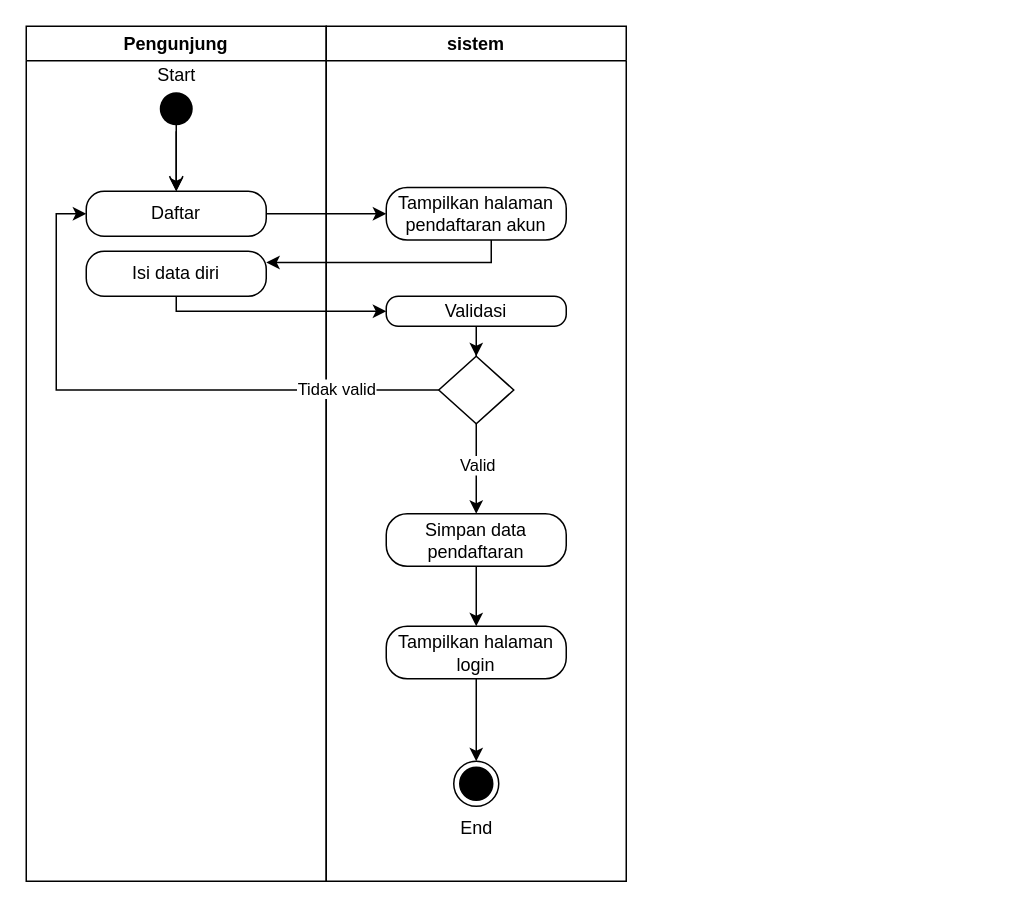
The draw.io diagram page "ad_daftar_akun" (3 of 4) of gambar gambar/user use case diagram.drawio in dzreexx/Full-files-skripsi, before the edit. Source tidied: cells renumbered, new cells numbered last; positions are measured from the earlier drawing's top-left corner, leaving out a move shared by most shapes. Both pictures are drawn from the tidied source at 150%, with x=0, y=0 at pixel (26, 26).
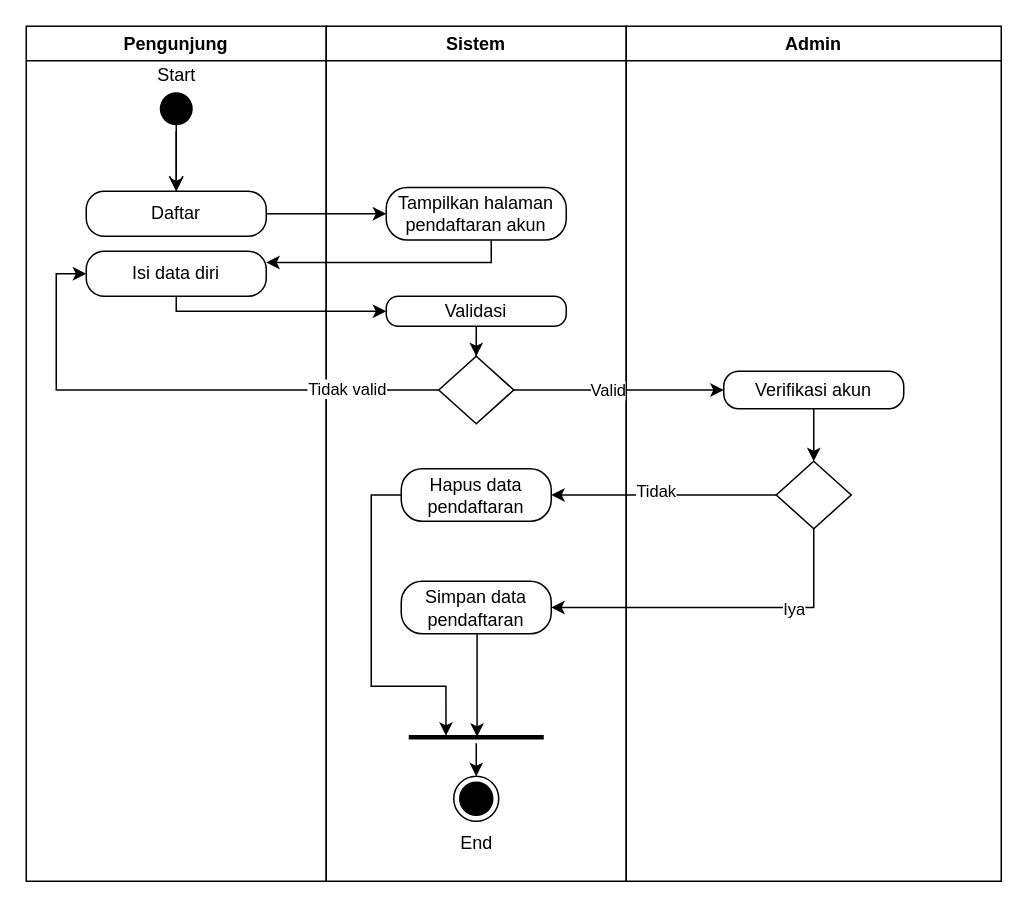
The same page after the edit.

Unchanged cells that the change refers to:
```xml
<mxCell id="4" value="Isi data diri" style="rounded=1;whiteSpace=wrap;html=1;arcSize=40;" parent="2" vertex="1">
  <mxGeometry x="40" y="150" width="120" height="30" as="geometry" />
</mxCell>
<mxCell id="6" style="rhombus;whiteSpace=wrap;html=1;" parent="5" vertex="1">
  <mxGeometry x="75" y="220" width="50" height="45" as="geometry" />
</mxCell>
<mxCell id="12" value="Daftar" style="rounded=1;whiteSpace=wrap;html=1;arcSize=40;" parent="5" vertex="1">
  <mxGeometry x="-160" y="110" width="120" height="30" as="geometry" />
</mxCell>
```

The edit, as a diff of the source:
```diff
@@
-    <mxCell id="5" value="sistem" style="swimlane;" parent="1" vertex="1">
+    <mxCell id="5" value="Sistem" style="swimlane;" parent="1" vertex="1">
       <mxGeometry x="200" width="200" height="570" as="geometry" />
     </mxCell>
@@
-    <mxCell id="8" style="edgeStyle=orthogonalEdgeStyle;rounded=0;jettySize=auto;html=1;" parent="5" edge="1" source="9" target="10">
-      <mxGeometry relative="1" as="geometry" />
-    </mxCell>
-    <mxCell id="9" value="Simpan data pendaftaran" style="rounded=1;whiteSpace=wrap;html=1;arcSize=40;" parent="5" vertex="1">
-      <mxGeometry x="40" y="325" width="120" height="35" as="geometry" />
-    </mxCell>
-    <mxCell id="10" value="Tampilkan halaman login" style="rounded=1;whiteSpace=wrap;html=1;arcSize=40;" parent="5" vertex="1">
-      <mxGeometry x="40" y="400" width="120" height="35" as="geometry" />
-    </mxCell>
@@
-    <mxCell id="14" style="edgeStyle=orthogonalEdgeStyle;rounded=0;jettySize=auto;html=1;entryX=0;entryY=0.5;entryDx=0;entryDy=0;" parent="5" edge="1" source="6" target="12">
-      <mxGeometry relative="1" as="geometry" />
-    </mxCell>
-    <mxCell id="15" value="Tidak valid" style="edgeLabel;html=1;align=center;verticalAlign=middle;" parent="14" vertex="1">
-      <mxGeometry x="-0.65" y="-1" relative="1" as="geometry" />
-    </mxCell>
@@
-    <mxCell id="17" style="edgeStyle=orthogonalEdgeStyle;rounded=0;jettySize=auto;html=1;entryX=0.5;entryY=0;entryDx=0;entryDy=0;" parent="5" edge="1" source="6" target="9">
-      <mxGeometry relative="1" as="geometry" />
-    </mxCell>
-    <mxCell id="18" value="Valid" style="edgeLabel;html=1;align=center;verticalAlign=middle;" parent="17" vertex="1">
-      <mxGeometry x="-0.11" relative="1" as="geometry" />
-    </mxCell>
+    <mxCell id="27" value="Hapus data pendaftaran" style="rounded=1;whiteSpace=wrap;html=1;arcSize=40;" parent="5" vertex="1">
+      <mxGeometry x="50" y="295" width="100" height="35" as="geometry" />
+    </mxCell>
+    <mxCell id="28" style="line;strokeWidth=3;fillColor=none;align=left;verticalAlign=middle;spacingTop=-1;spacingLeft=3;spacingRight=3;labelPosition=right;points=[];portConstraint=eastwest;strokeColor=inherit;" parent="5" vertex="1">
+      <mxGeometry x="55" y="470" width="90" height="8" as="geometry" />
+    </mxCell>
+    <mxCell id="20" style="edgeStyle=orthogonalEdgeStyle;rounded=0;jettySize=auto;html=1;" parent="5" edge="1" source="28" target="19">
+      <mxGeometry relative="1" as="geometry">
+        <Array as="points">
+          <mxPoint x="100" y="530" />
+          <mxPoint x="100" y="530" />
+        </Array>
+      </mxGeometry>
+    </mxCell>
     <mxCell id="19" style="ellipse;html=1;shape=endState;fillColor=#000000;" parent="5" vertex="1">
-      <mxGeometry x="85" y="490" width="30" height="30" as="geometry" />
+      <mxGeometry x="85" y="500" width="30" height="30" as="geometry" />
     </mxCell>
-    <mxCell id="20" style="edgeStyle=orthogonalEdgeStyle;rounded=0;jettySize=auto;html=1;" parent="5" edge="1" source="10" target="19">
-      <mxGeometry relative="1" as="geometry">
-        <Array as="points">
-          <mxPoint x="100" y="520" />
-          <mxPoint x="100" y="520" />
-        </Array>
-      </mxGeometry>
-    </mxCell>
     <mxCell id="21" value="End" style="text;html=1;align=center;verticalAlign=middle;strokeColor=none;fillColor=none;" parent="5" vertex="1">
-      <mxGeometry x="80" y="520" width="40" height="30" as="geometry" />
+      <mxGeometry x="80" y="530" width="40" height="30" as="geometry" />
     </mxCell>
+    <mxCell id="29" style="edgeStyle=orthogonalEdgeStyle;rounded=0;jettySize=auto;html=1;entryX=0.506;entryY=0.466;entryDx=0;entryDy=0;entryPerimeter=0;" parent="5" edge="1" source="9" target="28">
+      <mxGeometry relative="1" as="geometry">
+        <Array as="points">
+          <mxPoint x="100" y="474" />
+        </Array>
+      </mxGeometry>
+    </mxCell>
+    <mxCell id="9" value="Simpan data pendaftaran" style="rounded=1;whiteSpace=wrap;html=1;arcSize=40;" parent="5" vertex="1">
+      <mxGeometry x="50" y="370" width="100" height="35" as="geometry" />
+    </mxCell>
+    <mxCell id="30" style="edgeStyle=orthogonalEdgeStyle;rounded=0;jettySize=auto;html=1;entryX=0.276;entryY=0.376;entryDx=0;entryDy=0;entryPerimeter=0;" parent="5" edge="1" source="27" target="28">
+      <mxGeometry relative="1" as="geometry">
+        <Array as="points">
+          <mxPoint x="30" y="312" />
+          <mxPoint x="30" y="440" />
+          <mxPoint x="80" y="440" />
+        </Array>
+      </mxGeometry>
+    </mxCell>
@@
+    <mxCell id="31" value="Admin" style="swimlane;" parent="1" vertex="1">
+      <mxGeometry x="400" width="250" height="570" as="geometry" />
+    </mxCell>
+    <mxCell id="32" style="edgeStyle=orthogonalEdgeStyle;rounded=0;jettySize=auto;html=1;" parent="31" edge="1" source="33" target="34">
+      <mxGeometry relative="1" as="geometry" />
+    </mxCell>
+    <mxCell id="33" value="Verifikasi akun" style="rounded=1;whiteSpace=wrap;html=1;arcSize=40;" parent="31" vertex="1">
+      <mxGeometry x="65" y="230" width="120" height="25" as="geometry" />
+    </mxCell>
+    <mxCell id="34" style="rhombus;whiteSpace=wrap;html=1;" parent="31" vertex="1">
+      <mxGeometry x="100" y="290" width="50" height="45" as="geometry" />
+    </mxCell>
+    <mxCell id="14" style="edgeStyle=orthogonalEdgeStyle;rounded=0;jettySize=auto;html=1;entryX=0;entryY=0.5;entryDx=0;entryDy=0;" parent="1" edge="1" source="6" target="4">
+      <mxGeometry relative="1" as="geometry" />
+    </mxCell>
+    <mxCell id="15" value="Tidak valid" style="edgeLabel;html=1;align=center;verticalAlign=middle;" parent="14" vertex="1">
+      <mxGeometry x="-0.65" y="-1" relative="1" as="geometry" />
+    </mxCell>
+    <mxCell id="17" style="edgeStyle=orthogonalEdgeStyle;rounded=0;jettySize=auto;html=1;entryX=0;entryY=0.5;entryDx=0;entryDy=0;" parent="1" edge="1" source="6" target="33">
+      <mxGeometry relative="1" as="geometry" />
+    </mxCell>
+    <mxCell id="18" value="Valid" style="edgeLabel;html=1;align=center;verticalAlign=middle;" parent="17" vertex="1">
+      <mxGeometry x="-0.11" relative="1" as="geometry" />
+    </mxCell>
+    <mxCell id="35" style="edgeStyle=orthogonalEdgeStyle;rounded=0;jettySize=auto;html=1;" parent="1" edge="1" source="34" target="27">
+      <mxGeometry relative="1" as="geometry">
+        <Array as="points">
+          <mxPoint x="490" y="313" />
+          <mxPoint x="490" y="313" />
+        </Array>
+      </mxGeometry>
+    </mxCell>
+    <mxCell id="36" value="Tidak" style="edgeLabel;html=1;align=center;verticalAlign=middle;" parent="35" vertex="1">
+      <mxGeometry x="0.08" y="-3" relative="1" as="geometry" />
+    </mxCell>
+    <mxCell id="37" style="edgeStyle=orthogonalEdgeStyle;rounded=0;jettySize=auto;html=1;entryX=1;entryY=0.5;entryDx=0;entryDy=0;" parent="1" edge="1" source="34" target="9">
+      <mxGeometry relative="1" as="geometry">
+        <Array as="points">
+          <mxPoint x="525" y="388" />
+          <mxPoint x="350" y="388" />
+        </Array>
+      </mxGeometry>
+    </mxCell>
+    <mxCell id="38" value="Iya" style="edgeLabel;html=1;align=center;verticalAlign=middle;" parent="37" vertex="1">
+      <mxGeometry x="-0.42" y="1" relative="1" as="geometry" />
+    </mxCell>
```
